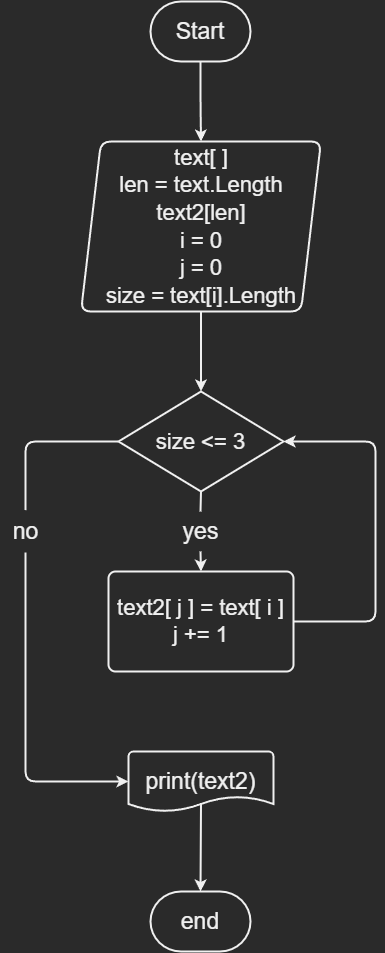
winvairu/the_result_of_the_first_block keeps this draw.io diagram as algorithm.drawio.png. Above is the earlier version. Source tidied: cells renumbered, new cells last; positions are measured from the earlier drawing's top-left corner, leaving out a move shared by most shapes.
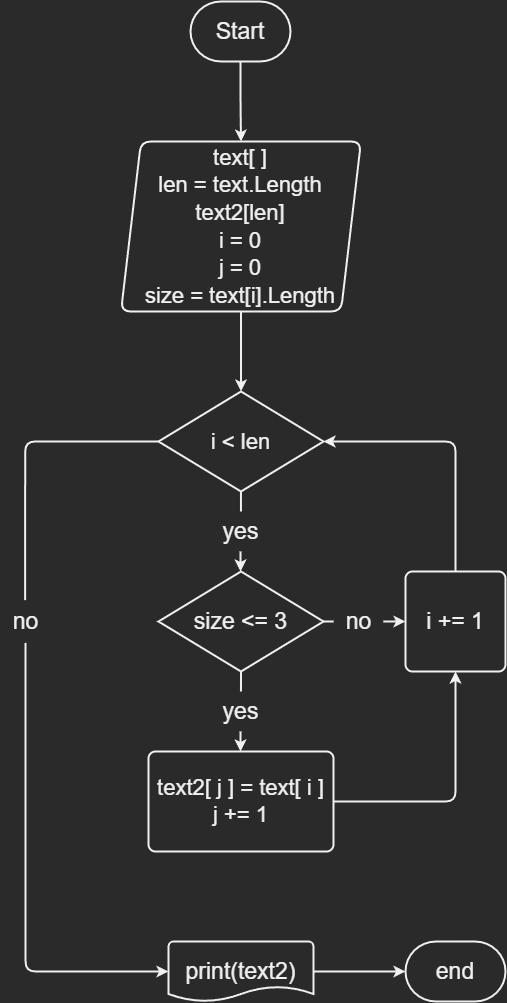
Above is the later version.

Change to the diagram source:
```diff
@@ -14,58 +14,76 @@
     <mxCell id="5" value="&lt;span style=&quot;font-size: 22px;&quot;&gt;text[ ]&lt;/span&gt;&lt;br style=&quot;font-size: 22px;&quot;&gt;&lt;span style=&quot;font-size: 22px;&quot;&gt;len = text.Length&lt;/span&gt;&lt;br style=&quot;font-size: 22px;&quot;&gt;&lt;span style=&quot;font-size: 22px;&quot;&gt;text2[len]&lt;/span&gt;&lt;br style=&quot;font-size: 22px;&quot;&gt;&lt;span style=&quot;font-size: 22px;&quot;&gt;i = 0&lt;/span&gt;&lt;br style=&quot;font-size: 22px;&quot;&gt;&lt;span style=&quot;font-size: 22px;&quot;&gt;j = 0&lt;/span&gt;&lt;br style=&quot;font-size: 22px;&quot;&gt;&lt;span style=&quot;font-size: 22px;&quot;&gt;size = text[i].Length&lt;/span&gt;" style="shape=parallelogram;perimeter=parallelogramPerimeter;whiteSpace=wrap;html=1;fixedSize=1;fontSize=23;strokeWidth=2;rounded=1;" parent="1" vertex="1">
       <mxGeometry x="80.5" y="140" width="240" height="170" as="geometry" />
     </mxCell>
-    <mxCell id="6" style="edgeStyle=orthogonalEdgeStyle;rounded=1;jettySize=auto;html=1;exitX=0.5;exitY=1;exitDx=0;exitDy=0;exitPerimeter=0;entryX=0.5;entryY=0;entryDx=0;entryDy=0;strokeWidth=2;fontSize=23;startArrow=none;" parent="1" edge="1" source="11" target="10">
-      <mxGeometry relative="1" as="geometry" />
-    </mxCell>
-    <mxCell id="7" style="edgeStyle=orthogonalEdgeStyle;rounded=1;jettySize=auto;html=1;entryX=0;entryY=0.5;entryDx=0;entryDy=0;entryPerimeter=0;strokeWidth=2;fontSize=23;startArrow=none;" parent="1" edge="1" target="13">
-      <mxGeometry relative="1" as="geometry">
-        <mxPoint x="25" y="551" as="sourcePoint" />
-        <Array as="points">
-          <mxPoint x="25" y="780" />
-        </Array>
-      </mxGeometry>
-    </mxCell>
+    <mxCell id="18" style="edgeStyle=orthogonalEdgeStyle;rounded=1;jettySize=auto;html=1;strokeWidth=2;fontSize=23;startArrow=none;" parent="1" edge="1" source="11" target="24">
+      <mxGeometry relative="1" as="geometry" />
+    </mxCell>
+    <mxCell id="19" style="edgeStyle=orthogonalEdgeStyle;rounded=1;jettySize=auto;html=1;exitX=0.5;exitY=1.033;exitDx=0;exitDy=0;exitPerimeter=0;entryX=0;entryY=0.5;entryDx=0;entryDy=0;entryPerimeter=0;strokeWidth=2;fontSize=23;startArrow=none;" parent="1" edge="1" source="14" target="13">
+      <mxGeometry relative="1" as="geometry">
+        <Array as="points">
+          <mxPoint x="-15" y="970" />
+        </Array>
+      </mxGeometry>
+    </mxCell>
-    <mxCell id="8" value="&lt;span style=&quot;font-size: 22px;&quot;&gt;size &amp;lt;= 3&lt;/span&gt;" style="strokeWidth=2;html=1;shape=mxgraph.flowchart.decision;whiteSpace=wrap;fontSize=23;rounded=1;" parent="1" vertex="1">
+    <mxCell id="8" value="&lt;span style=&quot;font-size: 22px;&quot;&gt;i &amp;lt; len&lt;/span&gt;" style="strokeWidth=2;html=1;shape=mxgraph.flowchart.decision;whiteSpace=wrap;fontSize=23;rounded=1;" parent="1" vertex="1">
       <mxGeometry x="118" y="390" width="165" height="100" as="geometry" />
     </mxCell>
-    <mxCell id="9" style="edgeStyle=orthogonalEdgeStyle;rounded=1;jettySize=auto;html=1;exitX=1;exitY=0.5;exitDx=0;exitDy=0;entryX=1;entryY=0.5;entryDx=0;entryDy=0;entryPerimeter=0;strokeWidth=2;fontSize=23;" parent="1" edge="1" source="10" target="8">
-      <mxGeometry relative="1" as="geometry">
-        <Array as="points">
-          <mxPoint x="375" y="620" />
-          <mxPoint x="375" y="440" />
-        </Array>
-      </mxGeometry>
-    </mxCell>
+    <mxCell id="20" style="edgeStyle=orthogonalEdgeStyle;rounded=1;jettySize=auto;html=1;exitX=1;exitY=0.5;exitDx=0;exitDy=0;entryX=0.5;entryY=1;entryDx=0;entryDy=0;strokeWidth=2;fontSize=23;" parent="1" edge="1" source="10" target="28">
+      <mxGeometry relative="1" as="geometry" />
+    </mxCell>
     <mxCell id="10" value="&lt;div style=&quot;font-size: 22px;&quot;&gt;text2[ j ] = text[ i ]&lt;/div&gt;&lt;div style=&quot;font-size: 22px;&quot;&gt;j += 1&lt;/div&gt;" style="rounded=1;whiteSpace=wrap;html=1;absoluteArcSize=1;arcSize=14;strokeWidth=2;fontSize=23;" parent="1" vertex="1">
-      <mxGeometry x="108" y="570" width="185" height="100" as="geometry" />
+      <mxGeometry x="108" y="750" width="185" height="100" as="geometry" />
     </mxCell>
+    <mxCell id="21" style="edgeStyle=orthogonalEdgeStyle;rounded=1;jettySize=auto;html=1;exitX=1;exitY=0.5;exitDx=0;exitDy=0;exitPerimeter=0;entryX=0;entryY=0.5;entryDx=0;entryDy=0;entryPerimeter=0;strokeWidth=2;fontSize=23;" parent="1" edge="1" source="13" target="16">
+      <mxGeometry relative="1" as="geometry" />
+    </mxCell>
+    <mxCell id="13" value="print(text2)" style="strokeWidth=2;html=1;shape=mxgraph.flowchart.document2;whiteSpace=wrap;size=0.25;fontSize=23;rounded=1;" parent="1" vertex="1">
+      <mxGeometry x="128" y="940" width="145" height="60" as="geometry" />
+    </mxCell>
+    <mxCell id="16" value="end" style="strokeWidth=2;html=1;shape=mxgraph.flowchart.terminator;whiteSpace=wrap;fontSize=23;rounded=1;" parent="1" vertex="1">
+      <mxGeometry x="365" y="940" width="100" height="60" as="geometry" />
+    </mxCell>
+    <mxCell id="22" style="edgeStyle=orthogonalEdgeStyle;rounded=1;jettySize=auto;html=1;exitX=0.5;exitY=1;exitDx=0;exitDy=0;exitPerimeter=0;strokeWidth=2;fontSize=23;startArrow=none;" parent="1" edge="1" source="25" target="10">
+      <mxGeometry relative="1" as="geometry" />
+    </mxCell>
+    <mxCell id="23" style="edgeStyle=orthogonalEdgeStyle;rounded=1;jettySize=auto;html=1;exitX=1;exitY=0.5;exitDx=0;exitDy=0;exitPerimeter=0;entryX=0;entryY=0.5;entryDx=0;entryDy=0;strokeWidth=2;fontSize=23;startArrow=none;" parent="1" edge="1" source="29" target="28">
+      <mxGeometry relative="1" as="geometry" />
+    </mxCell>
+    <mxCell id="24" value="size &amp;lt;= 3" style="strokeWidth=2;html=1;shape=mxgraph.flowchart.decision;whiteSpace=wrap;fontSize=23;rounded=1;" parent="1" vertex="1">
+      <mxGeometry x="118" y="570" width="165" height="100" as="geometry" />
+    </mxCell>
     <mxCell id="11" value="yes" style="text;html=1;align=center;verticalAlign=middle;points=[];strokeColor=none;fillColor=none;fontSize=23;rounded=1;" parent="1" vertex="1">
       <mxGeometry x="170" y="510" width="60" height="40" as="geometry" />
     </mxCell>
-    <mxCell id="12" style="edgeStyle=orthogonalEdgeStyle;rounded=1;jettySize=auto;html=1;exitX=0.5;exitY=1;exitDx=0;exitDy=0;exitPerimeter=0;entryX=0.5;entryY=0;entryDx=0;entryDy=0;strokeWidth=2;fontSize=23;endArrow=none;" parent="1" edge="1" source="8" target="11">
+    <mxCell id="12" style="edgeStyle=orthogonalEdgeStyle;rounded=1;jettySize=auto;html=1;strokeWidth=2;fontSize=23;endArrow=none;" parent="1" edge="1" source="8" target="11">
       <mxGeometry relative="1" as="geometry" />
     </mxCell>
-    <mxCell id="13" value="print(text2)" style="strokeWidth=2;html=1;shape=mxgraph.flowchart.document2;whiteSpace=wrap;size=0.25;fontSize=23;rounded=1;" parent="1" vertex="1">
-      <mxGeometry x="128" y="750" width="145" height="60" as="geometry" />
-    </mxCell>
+    <mxCell id="25" value="yes" style="text;html=1;align=center;verticalAlign=middle;points=[];strokeColor=none;fillColor=none;fontSize=23;rounded=1;" parent="1" vertex="1">
+      <mxGeometry x="170" y="690" width="60" height="40" as="geometry" />
+    </mxCell>
+    <mxCell id="26" style="edgeStyle=orthogonalEdgeStyle;rounded=1;jettySize=auto;html=1;exitX=0.5;exitY=1;exitDx=0;exitDy=0;exitPerimeter=0;strokeWidth=2;fontSize=23;endArrow=none;" parent="1" edge="1" source="24" target="25">
+      <mxGeometry relative="1" as="geometry" />
+    </mxCell>
+    <mxCell id="27" style="edgeStyle=orthogonalEdgeStyle;rounded=1;jettySize=auto;html=1;exitX=0.5;exitY=0;exitDx=0;exitDy=0;entryX=1;entryY=0.5;entryDx=0;entryDy=0;entryPerimeter=0;strokeWidth=2;fontSize=23;" parent="1" edge="1" source="28" target="8">
+      <mxGeometry relative="1" as="geometry" />
+    </mxCell>
+    <mxCell id="28" value="i += 1" style="rounded=1;whiteSpace=wrap;html=1;absoluteArcSize=1;arcSize=14;strokeWidth=2;fontSize=23;" parent="1" vertex="1">
+      <mxGeometry x="365" y="570" width="100" height="100" as="geometry" />
+    </mxCell>
+    <mxCell id="29" value="no" style="text;html=1;align=center;verticalAlign=middle;points=[];strokeColor=none;fillColor=none;fontSize=23;rounded=1;" parent="1" vertex="1">
+      <mxGeometry x="293" y="600" width="50" height="40" as="geometry" />
+    </mxCell>
+    <mxCell id="30" style="edgeStyle=orthogonalEdgeStyle;rounded=1;jettySize=auto;html=1;exitX=1;exitY=0.5;exitDx=0;exitDy=0;exitPerimeter=0;entryX=0;entryY=0.5;entryDx=0;entryDy=0;strokeWidth=2;fontSize=23;endArrow=none;" parent="1" edge="1" source="24" target="29">
+      <mxGeometry relative="1" as="geometry" />
+    </mxCell>
     <mxCell id="14" value="no" style="text;html=1;align=center;verticalAlign=middle;points=[];strokeColor=none;fillColor=none;fontSize=23;rounded=1;" parent="1" vertex="1">
-      <mxGeometry y="510" width="50" height="40" as="geometry" />
+      <mxGeometry x="-40" y="600" width="50" height="40" as="geometry" />
     </mxCell>
-    <mxCell id="15" style="edgeStyle=orthogonalEdgeStyle;rounded=1;jettySize=auto;html=1;exitX=0;exitY=0.5;exitDx=0;exitDy=0;exitPerimeter=0;entryX=0.5;entryY=-0.033;entryDx=0;entryDy=0;entryPerimeter=0;strokeWidth=2;fontSize=23;endArrow=none;" parent="1" edge="1" source="8" target="14">
+    <mxCell id="15" style="edgeStyle=orthogonalEdgeStyle;rounded=1;jettySize=auto;html=1;exitX=0;exitY=0.5;exitDx=0;exitDy=0;exitPerimeter=0;entryX=0.493;entryY=-0.033;entryDx=0;entryDy=0;entryPerimeter=0;strokeWidth=2;fontSize=23;endArrow=none;" parent="1" edge="1" source="8" target="14">
       <mxGeometry relative="1" as="geometry">
         <Array as="points">
-          <mxPoint x="25" y="440" />
+          <mxPoint x="-15" y="440" />
         </Array>
       </mxGeometry>
     </mxCell>
-    <mxCell id="16" value="end" style="strokeWidth=2;html=1;shape=mxgraph.flowchart.terminator;whiteSpace=wrap;fontSize=23;rounded=1;" parent="1" vertex="1">
-      <mxGeometry x="150" y="890" width="100" height="60" as="geometry" />
-    </mxCell>
-    <mxCell id="17" style="endArrow=classic;html=1;rounded=1;strokeWidth=2;fontSize=23;exitX=0.5;exitY=0;exitDx=0;exitDy=0;exitPerimeter=0;" parent="1" edge="1">
-      <mxGeometry relative="1" as="geometry">
-        <mxPoint x="200.5" y="802" as="sourcePoint" />
-        <mxPoint x="200" y="890" as="targetPoint" />
-      </mxGeometry>
-    </mxCell>
   </root>
 </mxGraphModel>
```
